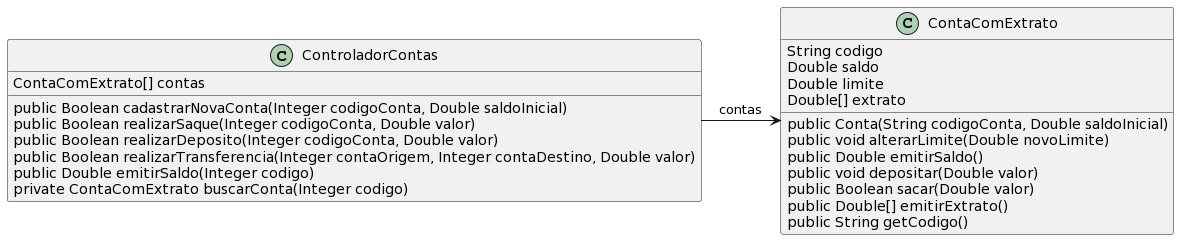
This is classes-objetos/conta-bancaria-controlador/controlador-conta-bancaria.png from ccalmendra/poo-2023-1, a PlantUML export, as it was before one commit.
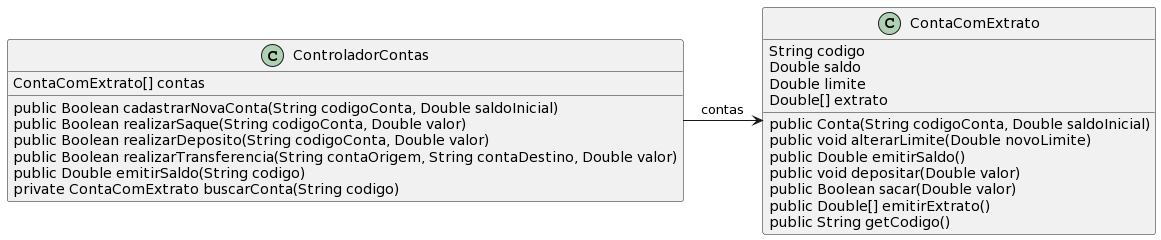
Above is the later version.

Diff of the diagram source:
```diff
@@ -15,12 +15,12 @@
 
 class ControladorContas {
   ContaComExtrato[] contas
-  public Boolean cadastrarNovaConta(Integer codigoConta, Double saldoInicial)
-  public Boolean realizarSaque(Integer codigoConta, Double valor)
-  public Boolean realizarDeposito(Integer codigoConta, Double valor)
-  public Boolean realizarTransferencia(Integer contaOrigem, Integer contaDestino, Double valor)
-  public Double emitirSaldo(Integer codigo)
-  private ContaComExtrato buscarConta(Integer codigo)
+  public Boolean cadastrarNovaConta(String codigoConta, Double saldoInicial)
+  public Boolean realizarSaque(String codigoConta, Double valor)
+  public Boolean realizarDeposito(String codigoConta, Double valor)
+  public Boolean realizarTransferencia(String contaOrigem, String contaDestino, Double valor)
+  public Double emitirSaldo(String codigo)
+  private ContaComExtrato buscarConta(String codigo)
 }
 
 ControladorContas -right-> ContaComExtrato: contas
```
